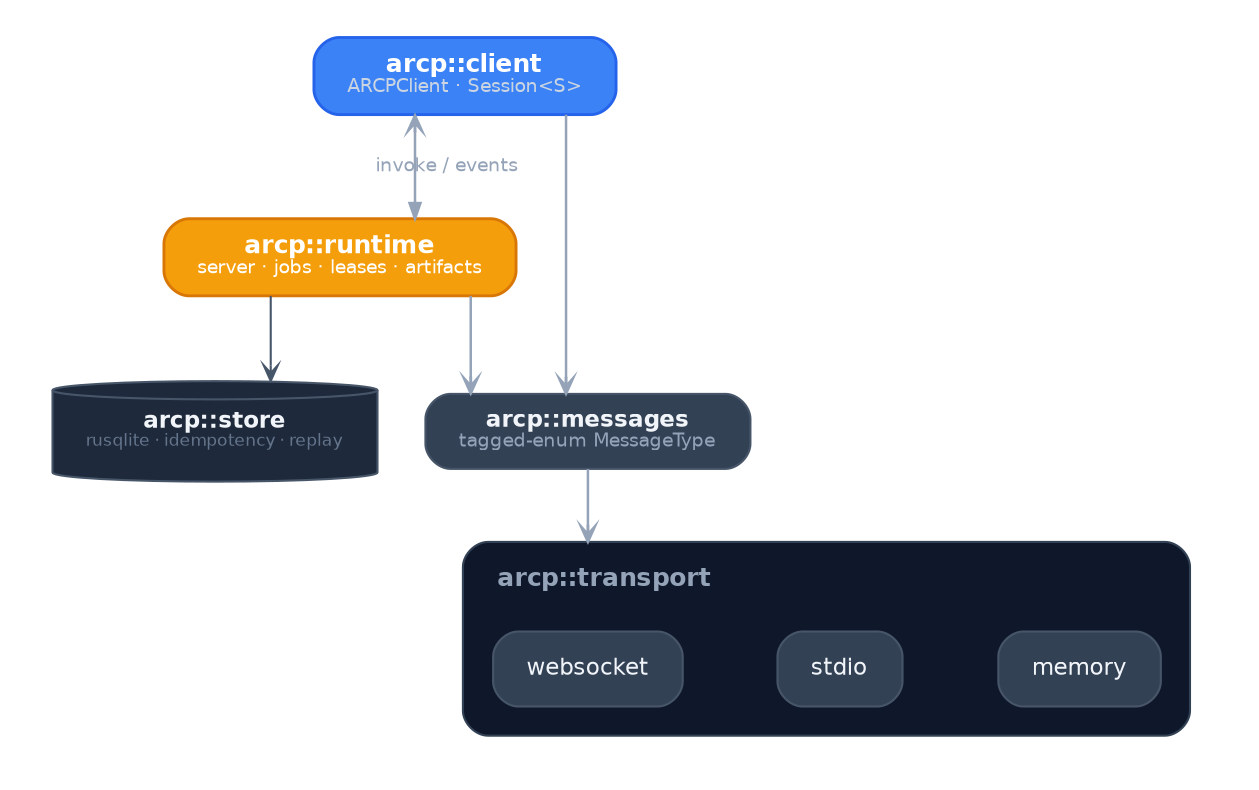
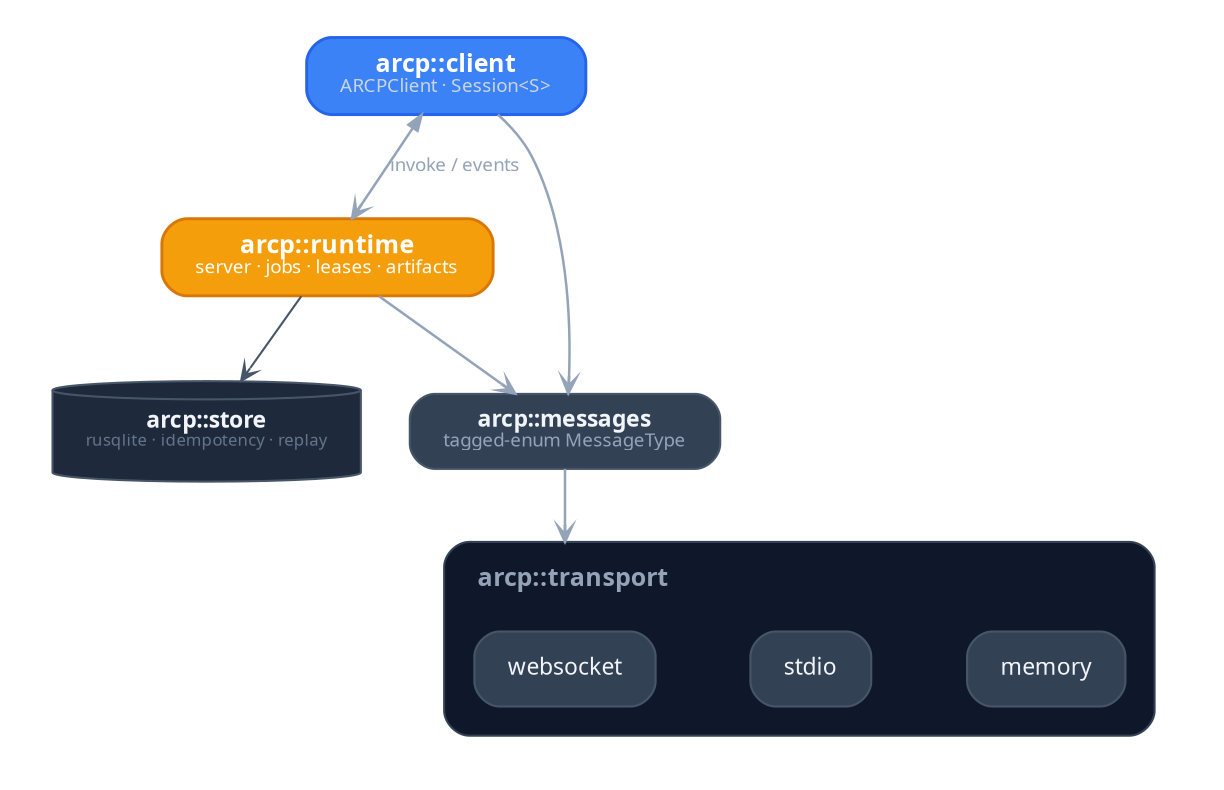
// ARCP Rust SDK crate architecture (dark)
digraph RustSdkArchitecture {
-   rankdir=TB; bgcolor="transparent"; compound=true; fontname="Helvetica";
-   splines=ortho; nodesep=0.32; ranksep=0.55; pad="0.35,0.25";
+   rankdir=TB; bgcolor="transparent"; compound=true; fontname="TT Commons Pro Trial";
+   splines=spline; nodesep=0.32; ranksep=0.55; pad="0.35,0.25";

  node [shape=box, style="rounded,filled", fillcolor="#334155", color="#475569",
-         fontname="Helvetica", fontsize=11, fontcolor="#F1F5F9",
+         fontname="TT Commons Pro Trial", fontsize=11, fontcolor="#F1F5F9",
        margin="0.22,0.11", penwidth=1.0];
-   edge [fontname="Helvetica", fontsize=9, fontcolor="#94A3B8", color="#64748B",
+   edge [fontname="TT Commons Pro Trial", fontsize=9, fontcolor="#94A3B8", color="#64748B",
        penwidth=1.1, arrowsize=0.75, arrowhead=vee];

  Client [
    label=<<FONT POINT-SIZE="12"><B>arcp::client</B></FONT><BR/><FONT POINT-SIZE="9" COLOR="#CBD5E1">ARCPClient · Session&lt;S&gt;</FONT>>,
    fillcolor="#3B82F6", color="#2563EB", fontcolor="white", penwidth=1.4
  ];

  Runtime [
    label=<<FONT POINT-SIZE="12"><B>arcp::runtime</B></FONT><BR/><FONT POINT-SIZE="9" COLOR="white">server · jobs · leases · artifacts</FONT>>,
    fillcolor="#F59E0B", color="#D97706", fontcolor="white", penwidth=1.4
  ];

  Messages [
    label=<<FONT POINT-SIZE="11"><B>arcp::messages</B></FONT><BR/><FONT POINT-SIZE="9" COLOR="#94A3B8">tagged-enum MessageType</FONT>>
  ];

  subgraph cluster_transport {
    label=<<TABLE BORDER="0" CELLBORDER="0" CELLPADDING="0" CELLSPACING="0"><TR><TD COLSPAN="3" HEIGHT="8"></TD></TR><TR><TD WIDTH="8"></TD><TD><FONT POINT-SIZE="12"><B>arcp::transport</B></FONT></TD><TD WIDTH="8"></TD></TR></TABLE>>;
    style="rounded,filled";
    fillcolor="#0F172A"; color="#334155";
-     fontname="Helvetica"; fontcolor="#94A3B8";
+     fontname="TT Commons Pro Trial"; fontcolor="#94A3B8";
    margin=14; labeljust=l; penwidth=1.0;

    Ws     [label="websocket"];
    Stdio  [label="stdio"];
    Memory [label="memory"];

    Ws -> Stdio -> Memory [style=invis];
    { rank=same; Ws; Stdio; Memory; }
  }

  Store [
    label=<<FONT POINT-SIZE="11"><B>arcp::store</B></FONT><BR/><FONT POINT-SIZE="8" COLOR="#64748B">rusqlite · idempotency · replay</FONT>>,
    shape=cylinder, fillcolor="#1E293B"
  ];

  edge [color="#94A3B8", penwidth=1.2];
  Client   -> Runtime  [dir=both, label="invoke / events"];
  Client   -> Messages;
  Runtime  -> Messages;
  Messages -> Ws       [lhead=cluster_transport];

  edge [color="#475569", penwidth=1.0];
  Runtime -> Store;
}
